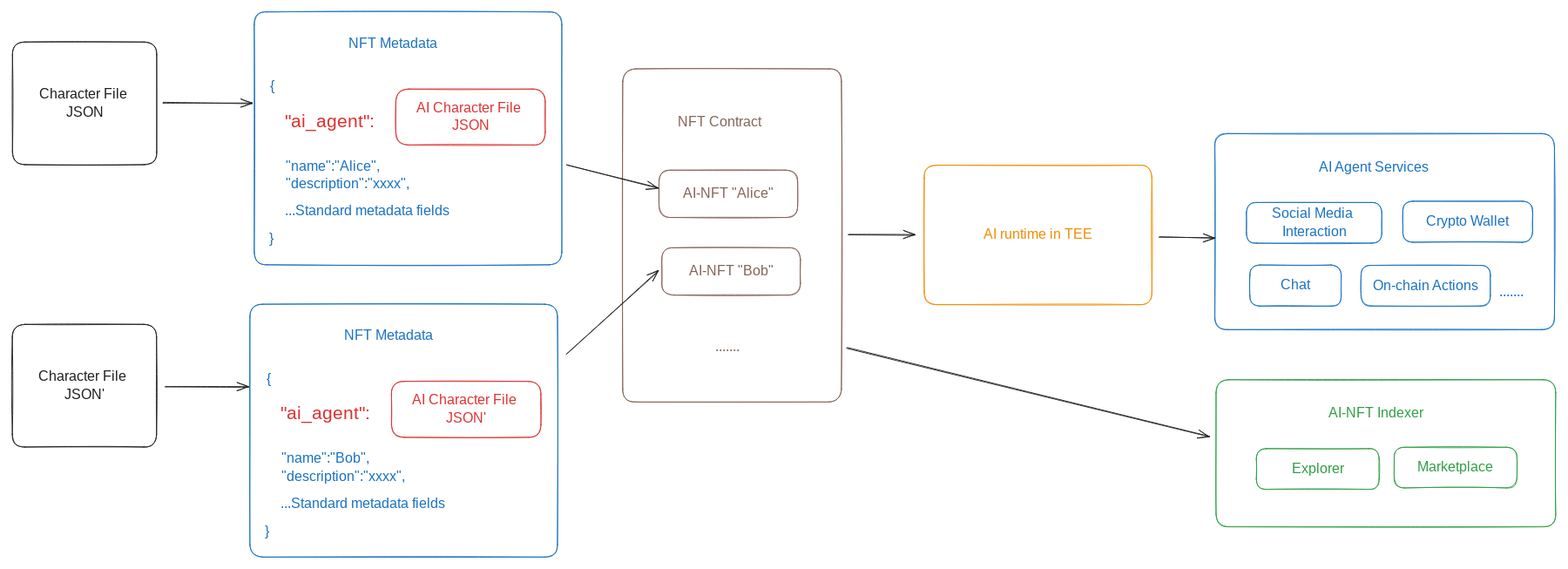
Before: .gitbook/assets/file.excalidraw.svg, a diagram exported from Excalidraw (xNomad-AI/Documentation). Source tidied: one line per element, renumbered; positions are measured from the earlier drawing's top-left corner, leaving out a move shared by most shapes.
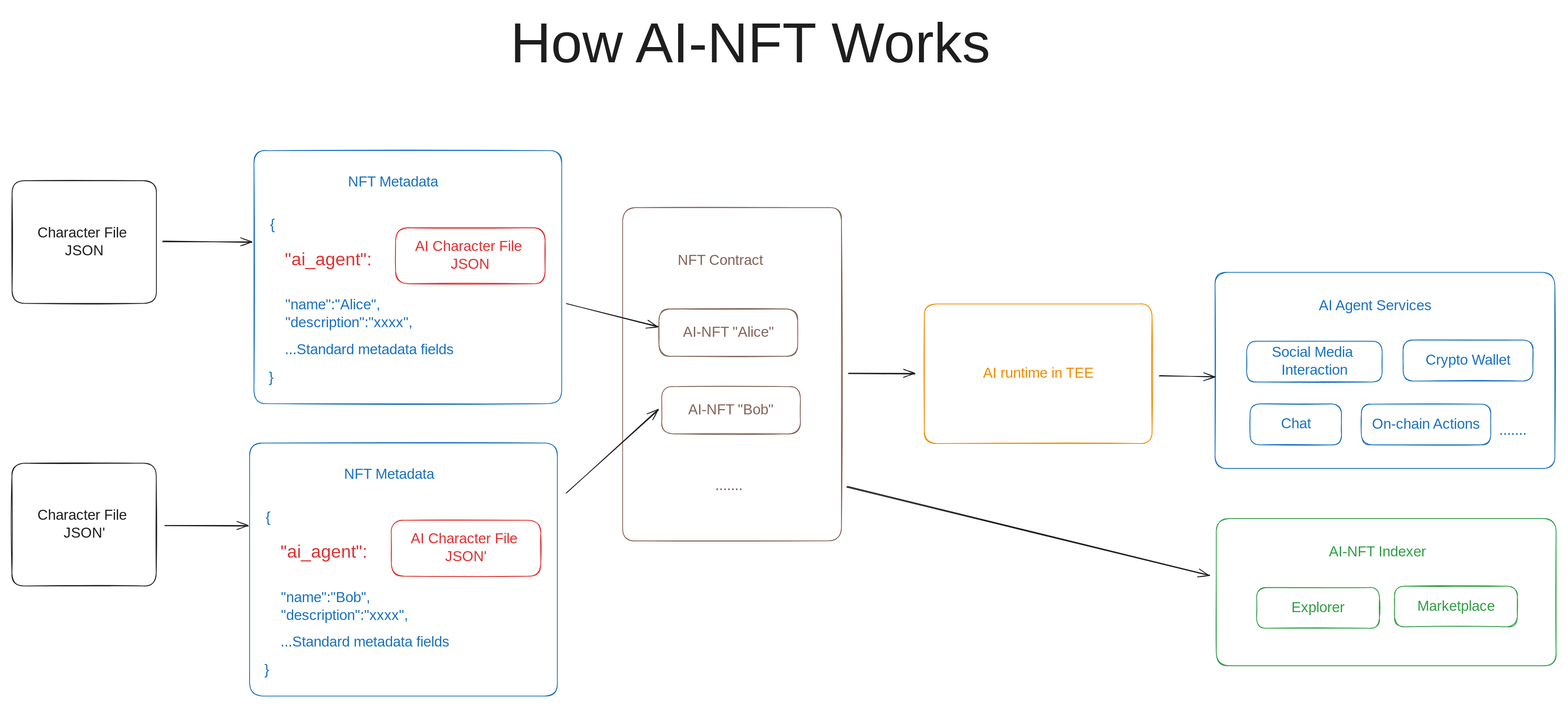
Later version of the same file.

Commit message:
GITBOOK-14: No subject

The edit, as a diff of the source:
```diff
@@ -53,3 +53,4 @@
 {"id": 52, "type": "text", "text": ".......", "strokeColor": "#1971c2", "backgroundColor": "#ffffff", "fillStyle": "solid", "strokeWidth": 2, "roughness": 1, "fontSize": 36, "fontFamily": 1, "x": 3742, "y": 682, "width": 69, "height": 45}
 {"id": 53, "type": "rectangle", "strokeColor": "#1e1e1e", "strokeWidth": 2, "roughness": 1, "round": true, "x": 0, "y": 786, "width": 363, "height": 309}
 {"id": 54, "type": "text", "text": "Character File \nJSON'", "strokeColor": "#1e1e1e", "strokeWidth": 2, "roughness": 1, "fontSize": 36, "fontFamily": 1, "textAlign": "center", "verticalAlign": "middle", "inside": 53, "x": 46, "y": 896, "width": 272, "height": 90}
+{"id": 55, "type": "text", "text": "How AI-NFT Works", "strokeColor": "#1e1e1e", "strokeWidth": 2, "roughness": 1, "fontSize": 140.82, "fontFamily": 1, "x": 1254, "y": -349, "width": 1283, "height": 176}
```
